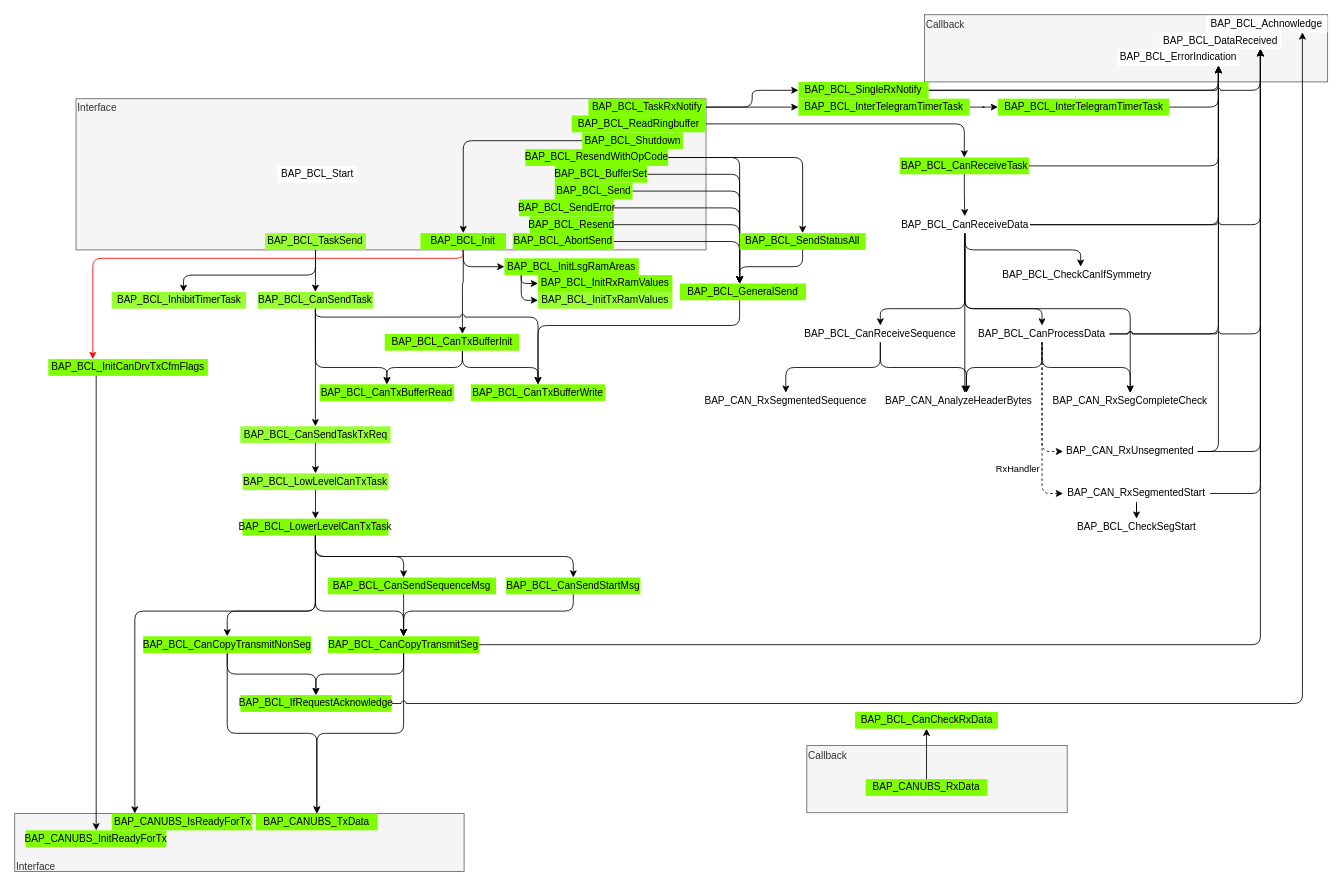
Before: Untitled Diagram.drawio in danielroehrborn/flow-design-cheatsheet, a draw.io diagram. Source tidied: cells renumbered, new cells numbered last; positions are measured from the earlier drawing's top-left corner, leaving out a move shared by most shapes. Both pictures are drawn from the tidied source at 84%, with x=0, y=0 at pixel (14, 14).
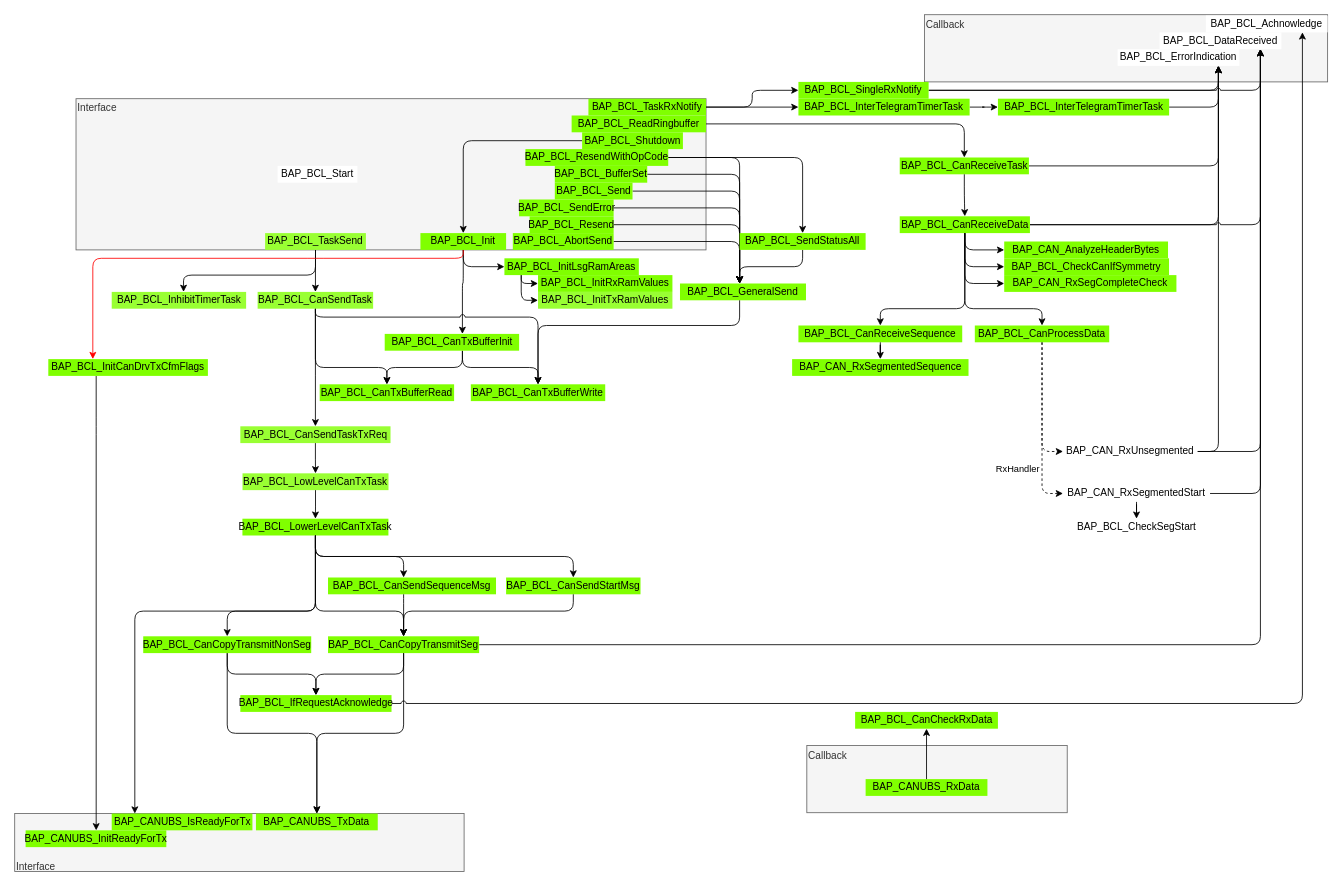
Above is the later version.

The change refers to these unchanged cells:
```xml
<mxCell id="84" value="BAP_BCL_ErrorIndication" style="rounded=0;whiteSpace=wrap;html=1;strokeColor=none;" parent="1" vertex="1">
  <mxGeometry x="1313" y="41" width="145" height="20" as="geometry" />
</mxCell>
<mxCell id="85" value="BAP_BCL_DataReceived" style="rounded=0;whiteSpace=wrap;html=1;strokeColor=none;" parent="1" vertex="1">
  <mxGeometry x="1363" y="21" width="145" height="20" as="geometry" />
</mxCell>
```

The edit, as a diff of the source:
```diff
@@
-    <mxCell id="2" style="edgeStyle=orthogonalEdgeStyle;jumpStyle=none;jumpSize=5;jettySize=auto;html=1;entryX=0.5;entryY=0;entryDx=0;entryDy=0;" parent="1" edge="1" source="105" target="100">
-      <mxGeometry relative="1" as="geometry">
-        <Array as="points">
-          <mxPoint x="1131" y="350" />
-          <mxPoint x="1328" y="350" />
-        </Array>
-      </mxGeometry>
-    </mxCell>
@@
-    <mxCell id="34" style="edgeStyle=orthogonalEdgeStyle;rounded=1;jettySize=auto;html=1;strokeWidth=1;jumpStyle=arc;" parent="1" edge="1" source="98" target="84">
-      <mxGeometry relative="1" as="geometry">
-        <Array as="points">
-          <mxPoint x="1433" y="380" />
-        </Array>
-      </mxGeometry>
-    </mxCell>
@@
-    <mxCell id="82" style="edgeStyle=orthogonalEdgeStyle;rounded=1;jumpStyle=arc;jettySize=auto;html=1;strokeWidth=1;jumpSize=5;" parent="1" edge="1" source="98" target="85">
-      <mxGeometry relative="1" as="geometry">
-        <Array as="points">
-          <mxPoint x="1483" y="380" />
-        </Array>
-      </mxGeometry>
-    </mxCell>
@@
-    <mxCell id="98" value="BAP_BCL_CanProcessData" style="rounded=0;whiteSpace=wrap;html=1;strokeColor=none;" parent="1" vertex="1">
+    <mxCell id="98" value="BAP_BCL_CanProcessData" style="rounded=0;whiteSpace=wrap;html=1;strokeColor=none;fillColor=#80FF00;" parent="1" vertex="1">
       <mxGeometry x="1143" y="370" width="160" height="20" as="geometry" />
     </mxCell>
-    <mxCell id="99" value="BAP_CAN_AnalyzeHeaderBytes" style="rounded=0;whiteSpace=wrap;html=1;strokeColor=none;" parent="1" vertex="1">
-      <mxGeometry x="1038.6" y="450" width="170" height="20" as="geometry" />
-    </mxCell>
-    <mxCell id="100" value="BAP_CAN_RxSegCompleteCheck" style="rounded=0;whiteSpace=wrap;html=1;strokeColor=none;" parent="1" vertex="1">
-      <mxGeometry x="1238" y="450" width="180" height="20" as="geometry" />
+    <mxCell id="100" value="BAP_CAN_RxSegCompleteCheck" style="rounded=0;whiteSpace=wrap;html=1;strokeColor=none;fillColor=#80FF00;" parent="1" vertex="1">
+      <mxGeometry x="1178" y="310" width="205" height="20" as="geometry" />
     </mxCell>
-    <mxCell id="101" value="BAP_CAN_RxSegmentedSequence" style="rounded=0;whiteSpace=wrap;html=1;strokeColor=none;" parent="1" vertex="1">
-      <mxGeometry x="813" y="450" width="210" height="20" as="geometry" />
+    <mxCell id="101" value="BAP_CAN_RxSegmentedSequence" style="rounded=0;whiteSpace=wrap;html=1;strokeColor=none;fillColor=#80FF00;" parent="1" vertex="1">
+      <mxGeometry x="925.5" y="410" width="210" height="20" as="geometry" />
     </mxCell>
@@
-    <mxCell id="103" style="edgeStyle=orthogonalEdgeStyle;jumpStyle=none;jumpSize=5;jettySize=auto;html=1;" parent="1" edge="1" source="105" target="99">
-      <mxGeometry relative="1" as="geometry">
-        <Array as="points">
-          <mxPoint x="1131" y="450" />
-          <mxPoint x="1131" y="450" />
-        </Array>
-      </mxGeometry>
-    </mxCell>
-    <mxCell id="104" style="edgeStyle=orthogonalEdgeStyle;jumpStyle=arc;jumpSize=5;jettySize=auto;html=1;" parent="1" edge="1" source="105" target="126">
-      <mxGeometry relative="1" as="geometry">
-        <Array as="points">
-          <mxPoint x="1131" y="280" />
-          <mxPoint x="1269" y="280" />
-        </Array>
-      </mxGeometry>
+    <mxCell id="104" style="edgeStyle=orthogonalEdgeStyle;jumpStyle=arc;jumpSize=5;jettySize=auto;html=1;entryX=0;entryY=0.5;entryDx=0;entryDy=0;" parent="1" edge="1" source="105" target="126">
+      <mxGeometry relative="1" as="geometry" />
     </mxCell>
+    <mxCell id="2" style="edgeStyle=orthogonalEdgeStyle;jumpStyle=arc;jumpSize=5;jettySize=auto;html=1;entryX=0;entryY=0.5;entryDx=0;entryDy=0;" parent="1" edge="1" source="105" target="100">
+      <mxGeometry relative="1" as="geometry" />
+    </mxCell>
-    <mxCell id="105" value="BAP_BCL_CanReceiveData" style="rounded=0;whiteSpace=wrap;html=1;strokeColor=none;" parent="1" vertex="1">
+    <mxCell id="105" value="BAP_BCL_CanReceiveData" style="rounded=0;whiteSpace=wrap;html=1;strokeColor=none;fillColor=#80FF00;" parent="1" vertex="1">
       <mxGeometry x="1053.6" y="240" width="155" height="20" as="geometry" />
     </mxCell>
-    <mxCell id="106" value="BAP_BCL_CanReceiveSequence" style="rounded=0;whiteSpace=wrap;html=1;strokeColor=none;" parent="1" vertex="1">
+    <mxCell id="106" value="BAP_BCL_CanReceiveSequence" style="rounded=0;whiteSpace=wrap;html=1;strokeColor=none;fillColor=#80FF00;" parent="1" vertex="1">
       <mxGeometry x="933" y="370" width="195" height="20" as="geometry" />
     </mxCell>
-    <mxCell id="107" style="edgeStyle=orthogonalEdgeStyle;rounded=1;jettySize=auto;html=1;" parent="1" edge="1" source="98" target="99">
-      <mxGeometry x="495" y="-900" as="geometry">
-        <Array as="points">
-          <mxPoint x="1223" y="420" />
-          <mxPoint x="1133" y="420" />
-        </Array>
-      </mxGeometry>
-    </mxCell>
-    <mxCell id="108" style="edgeStyle=orthogonalEdgeStyle;rounded=1;jettySize=auto;html=1;entryX=0.5;entryY=0;entryDx=0;entryDy=0;" parent="1" edge="1" source="98" target="100">
-      <mxGeometry x="495" y="-900" as="geometry" />
-    </mxCell>
@@
-    <mxCell id="111" style="edgeStyle=orthogonalEdgeStyle;rounded=1;jettySize=auto;html=1;" parent="1" edge="1" source="106" target="99">
-      <mxGeometry x="495" y="-900" as="geometry">
-        <Array as="points">
-          <mxPoint x="1031" y="420" />
-          <mxPoint x="1133" y="420" />
-        </Array>
-      </mxGeometry>
-    </mxCell>
@@
-    <mxCell id="126" value="BAP_BCL_CheckCanIfSymmetry" style="rounded=0;whiteSpace=wrap;html=1;strokeColor=none;" parent="1" vertex="1">
-      <mxGeometry x="1166.8" y="300" width="196.2" height="20" as="geometry" />
+    <mxCell id="126" value="BAP_BCL_CheckCanIfSymmetry" style="rounded=0;whiteSpace=wrap;html=1;strokeColor=none;fillColor=#80FF00;" parent="1" vertex="1">
+      <mxGeometry x="1178" y="290" width="196.2" height="20" as="geometry" />
     </mxCell>
+    <mxCell id="99" value="BAP_CAN_AnalyzeHeaderBytes" style="rounded=0;whiteSpace=wrap;html=1;strokeColor=none;fillColor=#80FF00;" parent="1" vertex="1">
+      <mxGeometry x="1178" y="270" width="195" height="20" as="geometry" />
+    </mxCell>
+    <mxCell id="103" style="edgeStyle=orthogonalEdgeStyle;jumpStyle=none;jumpSize=5;jettySize=auto;html=1;entryX=0;entryY=0.5;entryDx=0;entryDy=0;" parent="1" edge="1" source="105" target="99">
+      <mxGeometry relative="1" as="geometry" />
+    </mxCell>
```
